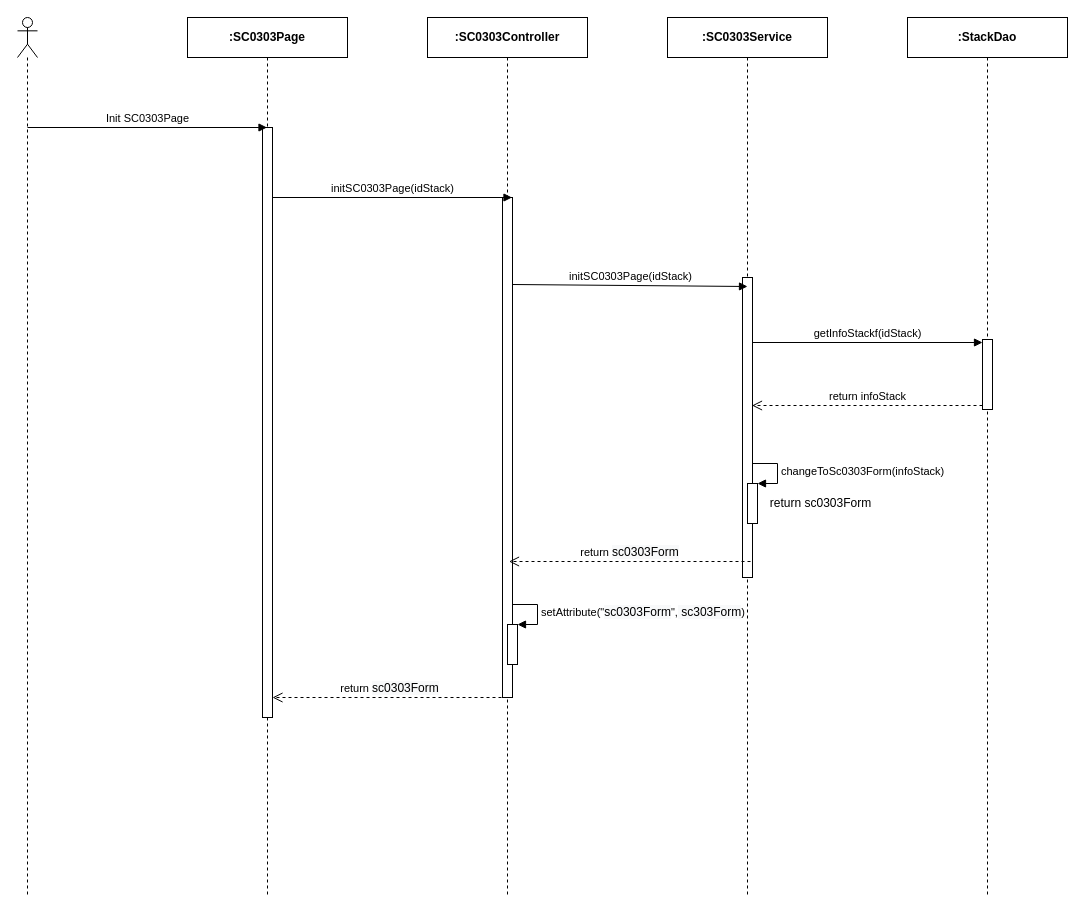
This is page "Ev01" (1 of 3) of 2. Approved/SEQ Diagram/sc03/SC0303_EditStack.drawio from luannmdev/CapstoneDocument, a draw.io file, before an edit. Source tidied: cells renumbered, new cells numbered last; positions are measured from the earlier drawing's top-left corner, leaving out a move shared by most shapes. Both pictures are drawn from the tidied source at 100%, with x=0, y=0 at pixel (17, 17).
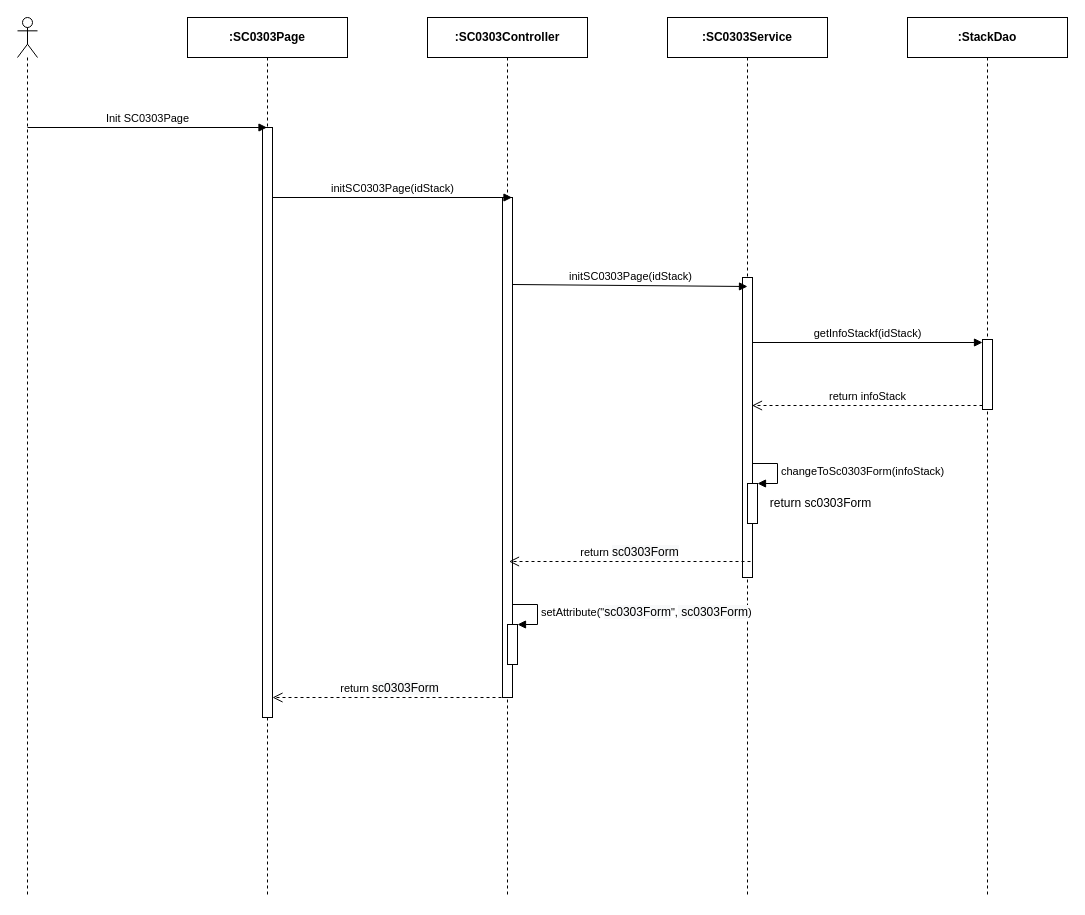
The same page after the edit.

Unchanged cells that the change refers to:
```xml
<mxCell id="21" style="html=1;points=[];perimeter=orthogonalPerimeter;" parent="1" vertex="1">
  <mxGeometry x="490" y="607" width="10" height="40" as="geometry" />
</mxCell>
```

The edit, as a diff of the source:
```diff
@@
-    <mxCell id="22" value="&lt;div style=&quot;text-align: center&quot;&gt;setAttribute(&quot;&lt;span style=&quot;font-size: 12px ; text-align: center ; background-color: rgb(248 , 249 , 250)&quot;&gt;sc0303Form&lt;/span&gt;&quot;,&lt;span style=&quot;font-size: 12px ; background-color: rgb(248 , 249 , 250)&quot;&gt;&amp;nbsp;sc303Form&lt;/span&gt;)&lt;/div&gt;" style="edgeStyle=orthogonalEdgeStyle;html=1;align=left;spacingLeft=2;endArrow=block;rounded=0;entryX=1;entryY=0;" parent="1" edge="1" target="21">
+    <mxCell id="22" value="&lt;div style=&quot;text-align: center&quot;&gt;setAttribute(&quot;&lt;span style=&quot;font-size: 12px ; text-align: center ; background-color: rgb(248 , 249 , 250)&quot;&gt;sc0303Form&lt;/span&gt;&quot;,&lt;span style=&quot;font-size: 12px ; background-color: rgb(248 , 249 , 250)&quot;&gt;&amp;nbsp;sc0303Form&lt;/span&gt;)&lt;/div&gt;" style="edgeStyle=orthogonalEdgeStyle;html=1;align=left;spacingLeft=2;endArrow=block;rounded=0;entryX=1;entryY=0;" parent="1" edge="1" target="21">
       <mxGeometry relative="1" as="geometry">
         <mxPoint x="495" y="587" as="sourcePoint" />
         <Array as="points">
           <mxPoint x="520" y="587" />
         </Array>
       </mxGeometry>
     </mxCell>
```
